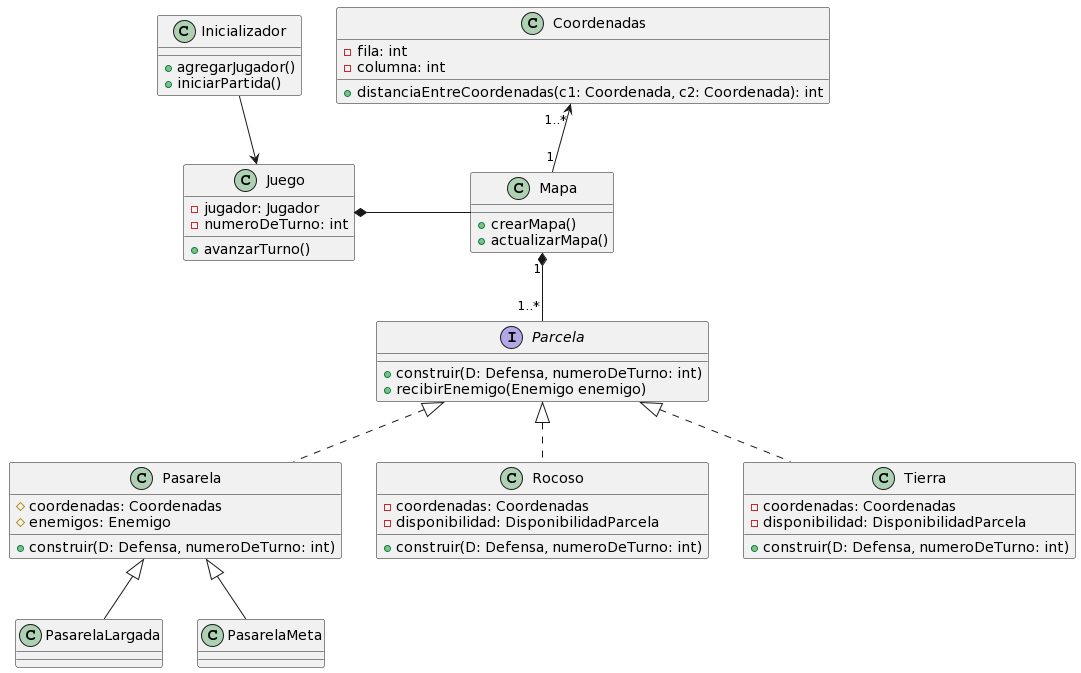
Earlier version of the PlantUML export diagrams/classes/DC_2.png (Aldumogi/AlgoDefense).
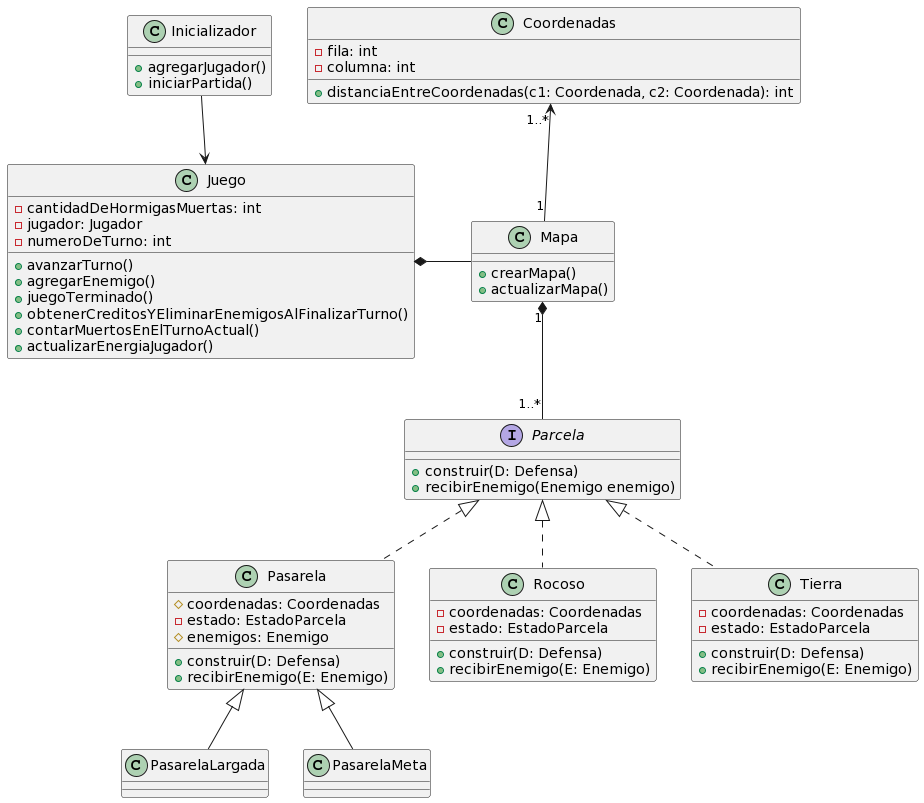
Above is the later version.

Change to the diagram source:
```diff
@@ -1,8 +1,14 @@
 @startuml
 class Juego {
+- cantidadDeHormigasMuertas: int
 - jugador: Jugador
 - numeroDeTurno: int
 + avanzarTurno()
++ agregarEnemigo()
++ juegoTerminado()
++ obtenerCreditosYEliminarEnemigosAlFinalizarTurno()
++ contarMuertosEnElTurnoActual()
++ actualizarEnergiaJugador()
 }
 
 class Inicializador {
@@ -22,14 +28,16 @@
 }
 
 interface Parcela {
-+ construir(D: Defensa, numeroDeTurno: int)
++ construir(D: Defensa)
 + recibirEnemigo(Enemigo enemigo)
 }
 
 class Pasarela {
 # coordenadas: Coordenadas
+- estado: EstadoParcela
 # enemigos: Enemigo
-+ construir(D: Defensa, numeroDeTurno: int)
++ construir(D: Defensa)
++ recibirEnemigo(E: Enemigo)
 }
 
 class PasarelaLargada {}
@@ -38,14 +46,16 @@
 
 class Rocoso {
 - coordenadas: Coordenadas
-- disponibilidad: DisponibilidadParcela
-+ construir(D: Defensa, numeroDeTurno: int)
+- estado: EstadoParcela
++ construir(D: Defensa)
++ recibirEnemigo(E: Enemigo)
 }
 
 class Tierra {
 - coordenadas: Coordenadas
-- disponibilidad: DisponibilidadParcela
-+ construir(D: Defensa, numeroDeTurno: int)
+- estado: EstadoParcela
++ construir(D: Defensa)
++ recibirEnemigo(E: Enemigo)
 }
 
 Parcela <|.. Pasarela
```
